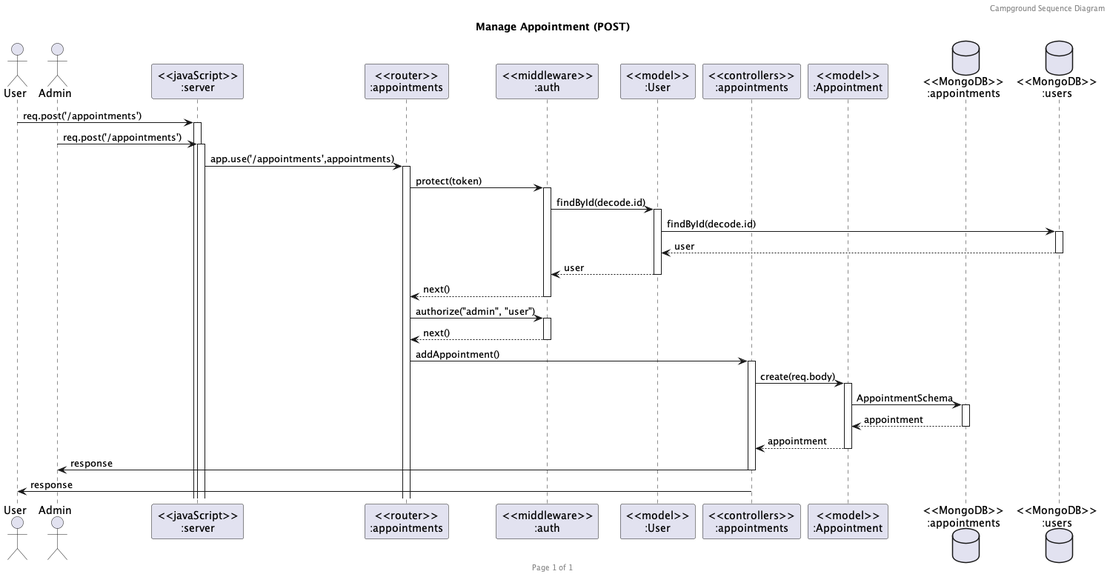
The PlantUML diagram diagram/Sequence diagram/Appointment/Manage Appointment (POST).png in FaiiFaiipuipui/CEDT_Y1T2_backend-campgroundbooking, before a commit.
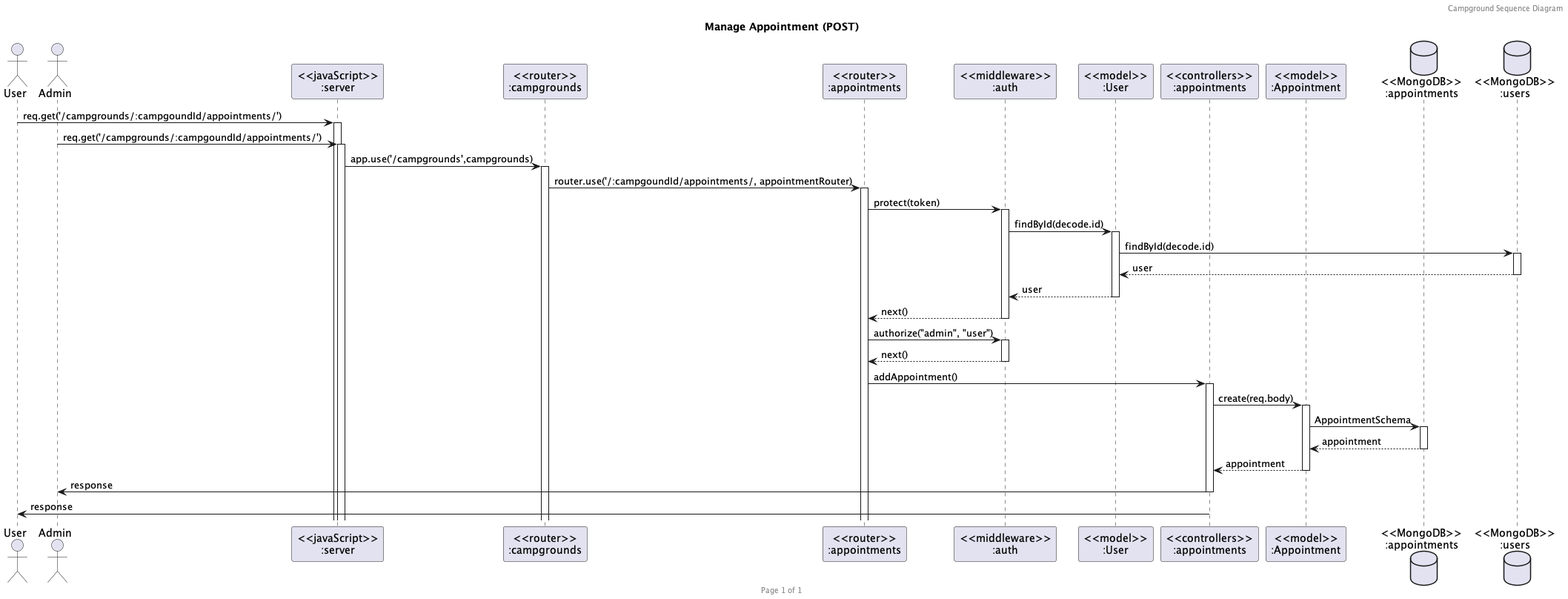
After the change.

Commit message:
Update Add ONE Appt Sequence Diagram

The edit, as a diff of the source:
```diff
@@ -7,6 +7,7 @@
 actor "User" as user
 actor "Admin" as admin
 participant "<<javaScript>>\n:server" as server
+participant "<<router>>\n:campgrounds" as routerCampgrounds
 participant "<<router>>\n:appointments" as routerAppointments
 participant "<<middleware>>\n:auth" as middlewareAuth
 participant "<<model>>\n:User" as modelUser
@@ -15,9 +16,10 @@
 database "<<MongoDB>>\n:appointments" as CampgroundsDatabase
 database "<<MongoDB>>\n:users" as UsersDatabase
 
-user->server ++:req.post('/appointments')
-admin->server ++:req.post('/appointments')
-server->routerAppointments ++:app.use('/appointments',appointments)
+user->server ++:req.get('/campgrounds/:campgoundId/appointments/')
+admin->server ++:req.get('/campgrounds/:campgoundId/appointments/')
+server->routerCampgrounds ++:app.use('/campgrounds',campgrounds)
+routerCampgrounds -> routerAppointments ++:router.use('/:campgoundId/appointments/, appointmentRouter)
 routerAppointments -> middlewareAuth ++:protect(token)
 middlewareAuth -> modelUser ++:findById(decode.id)
 modelUser -> UsersDatabase ++:findById(decode.id)
```
